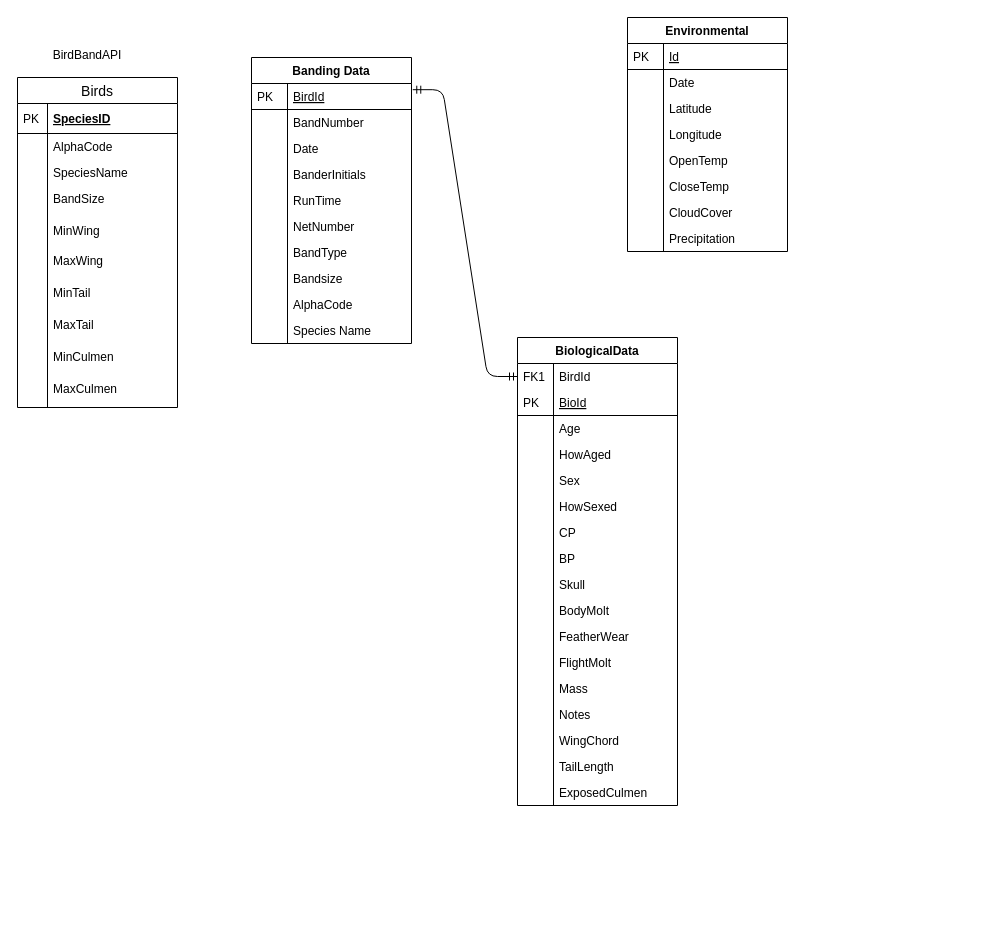
Earlier version of the draw.io diagram ERD.drawio (DMKiehl/BandTheBird). Source tidied: cells renumbered, new cells numbered last; positions are measured from the earlier drawing's top-left corner, leaving out a move shared by most shapes. Both pictures are drawn from the tidied source at 100%, with x=0, y=0 at pixel (17, 17).
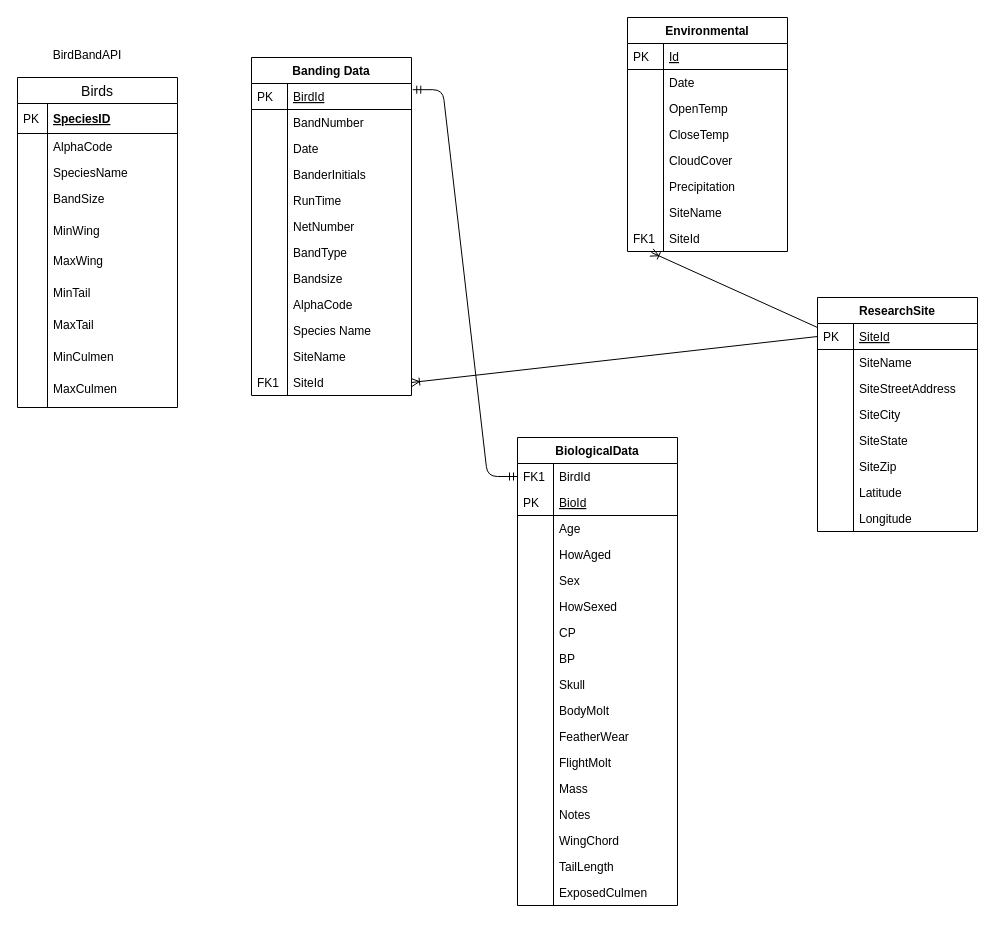
The same diagram, later.

Unchanged cells that the change refers to:
```xml
<mxCell id="45" value="Environmental" style="swimlane;fontStyle=1;horizontal=1;startSize=26;rounded=0;shadow=0;strokeWidth=1;" parent="1" vertex="1">
  <mxGeometry x="610" width="160" height="234" as="geometry" />
</mxCell>
```

The edit, as a diff of the source:
```diff
@@
     <mxCell id="24" value="Banding Data" style="swimlane;fontStyle=1;horizontal=1;startSize=26;rounded=0;shadow=0;strokeWidth=1;" parent="1" vertex="1">
-      <mxGeometry x="234" y="40" width="160" height="286" as="geometry" />
+      <mxGeometry x="234" y="40" width="160" height="338" as="geometry" />
     </mxCell>
@@
+    <mxCell id="98" value="SiteName" style="shape=partialRectangle;top=0;left=0;right=0;bottom=0;align=left;verticalAlign=top;fillColor=none;spacingLeft=40;spacingRight=4;overflow=hidden;rounded=0;shadow=0;strokeWidth=1;" parent="24" vertex="1">
+      <mxGeometry y="286" width="160" height="26" as="geometry" />
+    </mxCell>
+    <mxCell id="99" style="shape=partialRectangle;top=0;left=0;bottom=0;fillColor=none;align=left;verticalAlign=top;spacingLeft=4;spacingRight=4;overflow=hidden;" parent="98" vertex="1">
+      <mxGeometry width="36" height="26" as="geometry" />
+    </mxCell>
+    <mxCell id="100" value="SiteId" style="shape=partialRectangle;top=0;left=0;right=0;bottom=0;align=left;verticalAlign=top;fillColor=none;spacingLeft=40;spacingRight=4;overflow=hidden;points=[[0,0.5],[1,0.5]];portConstraint=eastwest;rounded=0;shadow=0;strokeWidth=1;" parent="24" vertex="1">
+      <mxGeometry y="312" width="160" height="26" as="geometry" />
+    </mxCell>
+    <mxCell id="101" value="FK1" style="shape=partialRectangle;top=0;left=0;bottom=0;fillColor=none;align=left;verticalAlign=top;spacingLeft=4;spacingRight=4;overflow=hidden;" parent="100" vertex="1">
+      <mxGeometry width="36" height="26" as="geometry" />
+    </mxCell>
@@
-    <mxCell id="50" value="Latitude" style="shape=partialRectangle;top=0;left=0;right=0;bottom=0;align=left;verticalAlign=top;fillColor=none;spacingLeft=40;spacingRight=4;overflow=hidden;rounded=0;shadow=0;strokeWidth=1;" parent="45" vertex="1">
-      <mxGeometry y="78" width="160" height="26" as="geometry" />
-    </mxCell>
-    <mxCell id="51" style="shape=partialRectangle;top=0;left=0;bottom=0;fillColor=none;align=left;verticalAlign=top;spacingLeft=4;spacingRight=4;overflow=hidden;" parent="50" vertex="1">
-      <mxGeometry width="36" height="26" as="geometry" />
-    </mxCell>
-    <mxCell id="52" value="Longitude" style="shape=partialRectangle;top=0;left=0;right=0;bottom=0;align=left;verticalAlign=top;fillColor=none;spacingLeft=40;spacingRight=4;overflow=hidden;rounded=0;shadow=0;strokeWidth=1;" parent="45" vertex="1">
-      <mxGeometry y="104" width="160" height="26" as="geometry" />
-    </mxCell>
-    <mxCell id="53" style="shape=partialRectangle;top=0;left=0;bottom=0;fillColor=none;align=left;verticalAlign=top;spacingLeft=4;spacingRight=4;overflow=hidden;" parent="52" vertex="1">
-      <mxGeometry width="36" height="26" as="geometry" />
-    </mxCell>
     <mxCell id="54" value="OpenTemp" style="shape=partialRectangle;top=0;left=0;right=0;bottom=0;align=left;verticalAlign=top;fillColor=none;spacingLeft=40;spacingRight=4;overflow=hidden;rounded=0;shadow=0;strokeWidth=1;" parent="45" vertex="1">
-      <mxGeometry y="130" width="160" height="26" as="geometry" />
+      <mxGeometry y="78" width="160" height="26" as="geometry" />
     </mxCell>
@@
     <mxCell id="56" value="CloseTemp" style="shape=partialRectangle;top=0;left=0;right=0;bottom=0;align=left;verticalAlign=top;fillColor=none;spacingLeft=40;spacingRight=4;overflow=hidden;rounded=0;shadow=0;strokeWidth=1;" parent="45" vertex="1">
-      <mxGeometry y="156" width="160" height="26" as="geometry" />
+      <mxGeometry y="104" width="160" height="26" as="geometry" />
     </mxCell>
@@
     <mxCell id="58" value="CloudCover" style="shape=partialRectangle;top=0;left=0;right=0;bottom=0;align=left;verticalAlign=top;fillColor=none;spacingLeft=40;spacingRight=4;overflow=hidden;rounded=0;shadow=0;strokeWidth=1;" parent="45" vertex="1">
-      <mxGeometry y="182" width="160" height="26" as="geometry" />
+      <mxGeometry y="130" width="160" height="26" as="geometry" />
     </mxCell>
@@
     <mxCell id="60" value="Precipitation" style="shape=partialRectangle;top=0;left=0;right=0;bottom=0;align=left;verticalAlign=top;fillColor=none;spacingLeft=40;spacingRight=4;overflow=hidden;rounded=0;shadow=0;strokeWidth=1;" parent="45" vertex="1">
-      <mxGeometry y="208" width="160" height="26" as="geometry" />
+      <mxGeometry y="156" width="160" height="26" as="geometry" />
     </mxCell>
@@
+    <mxCell id="102" value="SiteName" style="shape=partialRectangle;top=0;left=0;right=0;bottom=0;align=left;verticalAlign=top;fillColor=none;spacingLeft=40;spacingRight=4;overflow=hidden;rounded=0;shadow=0;strokeWidth=1;" parent="45" vertex="1">
+      <mxGeometry y="182" width="160" height="26" as="geometry" />
+    </mxCell>
+    <mxCell id="103" style="shape=partialRectangle;top=0;left=0;bottom=0;fillColor=none;align=left;verticalAlign=top;spacingLeft=4;spacingRight=4;overflow=hidden;" parent="102" vertex="1">
+      <mxGeometry width="36" height="26" as="geometry" />
+    </mxCell>
+    <mxCell id="104" value="SiteId" style="shape=partialRectangle;top=0;left=0;right=0;bottom=0;align=left;verticalAlign=top;fillColor=none;spacingLeft=40;spacingRight=4;overflow=hidden;points=[[0,0.5],[1,0.5]];portConstraint=eastwest;rounded=0;shadow=0;strokeWidth=1;" parent="45" vertex="1">
+      <mxGeometry y="208" width="160" height="26" as="geometry" />
+    </mxCell>
+    <mxCell id="105" value="FK1" style="shape=partialRectangle;top=0;left=0;bottom=0;fillColor=none;align=left;verticalAlign=top;spacingLeft=4;spacingRight=4;overflow=hidden;" parent="104" vertex="1">
+      <mxGeometry width="36" height="26" as="geometry" />
+    </mxCell>
@@
+    <mxCell id="106" value="ResearchSite" style="swimlane;fontStyle=1;horizontal=1;startSize=26;rounded=0;shadow=0;strokeWidth=1;" parent="1" vertex="1">
+      <mxGeometry x="800" y="280" width="160" height="234" as="geometry" />
+    </mxCell>
+    <mxCell id="107" value="SiteId" style="shape=partialRectangle;top=0;left=0;right=0;bottom=1;align=left;verticalAlign=top;fillColor=none;spacingLeft=40;spacingRight=4;overflow=hidden;points=[[0,0.5],[1,0.5]];portConstraint=eastwest;rounded=0;shadow=0;strokeWidth=1;fontStyle=4;" parent="106" vertex="1">
+      <mxGeometry y="26" width="160" height="26" as="geometry" />
+    </mxCell>
+    <mxCell id="108" value="PK" style="shape=partialRectangle;top=0;left=0;bottom=0;fillColor=none;align=left;verticalAlign=top;spacingLeft=4;spacingRight=4;overflow=hidden;" parent="107" vertex="1">
+      <mxGeometry width="36" height="26" as="geometry" />
+    </mxCell>
+    <mxCell id="109" value="SiteName" style="shape=partialRectangle;top=0;left=0;right=0;bottom=0;align=left;verticalAlign=top;fillColor=none;spacingLeft=40;spacingRight=4;overflow=hidden;rounded=0;shadow=0;strokeWidth=1;" parent="106" vertex="1">
+      <mxGeometry y="52" width="160" height="26" as="geometry" />
+    </mxCell>
+    <mxCell id="110" style="shape=partialRectangle;top=0;left=0;bottom=0;fillColor=none;align=left;verticalAlign=top;spacingLeft=4;spacingRight=4;overflow=hidden;" parent="109" vertex="1">
+      <mxGeometry width="36" height="26" as="geometry" />
+    </mxCell>
+    <mxCell id="111" value="SiteStreetAddress" style="shape=partialRectangle;top=0;left=0;right=0;bottom=0;align=left;verticalAlign=top;fillColor=none;spacingLeft=40;spacingRight=4;overflow=hidden;rounded=0;shadow=0;strokeWidth=1;" parent="106" vertex="1">
+      <mxGeometry y="78" width="160" height="26" as="geometry" />
+    </mxCell>
+    <mxCell id="112" style="shape=partialRectangle;top=0;left=0;bottom=0;fillColor=none;align=left;verticalAlign=top;spacingLeft=4;spacingRight=4;overflow=hidden;" parent="111" vertex="1">
+      <mxGeometry width="36" height="26" as="geometry" />
+    </mxCell>
+    <mxCell id="113" value="SiteCity" style="shape=partialRectangle;top=0;left=0;right=0;bottom=0;align=left;verticalAlign=top;fillColor=none;spacingLeft=40;spacingRight=4;overflow=hidden;rounded=0;shadow=0;strokeWidth=1;" parent="106" vertex="1">
+      <mxGeometry y="104" width="160" height="26" as="geometry" />
+    </mxCell>
+    <mxCell id="114" style="shape=partialRectangle;top=0;left=0;bottom=0;fillColor=none;align=left;verticalAlign=top;spacingLeft=4;spacingRight=4;overflow=hidden;" parent="113" vertex="1">
+      <mxGeometry width="36" height="26" as="geometry" />
+    </mxCell>
+    <mxCell id="115" value="SiteState" style="shape=partialRectangle;top=0;left=0;right=0;bottom=0;align=left;verticalAlign=top;fillColor=none;spacingLeft=40;spacingRight=4;overflow=hidden;rounded=0;shadow=0;strokeWidth=1;" parent="106" vertex="1">
+      <mxGeometry y="130" width="160" height="26" as="geometry" />
+    </mxCell>
+    <mxCell id="116" style="shape=partialRectangle;top=0;left=0;bottom=0;fillColor=none;align=left;verticalAlign=top;spacingLeft=4;spacingRight=4;overflow=hidden;" parent="115" vertex="1">
+      <mxGeometry width="36" height="26" as="geometry" />
+    </mxCell>
+    <mxCell id="117" value="SiteZip" style="shape=partialRectangle;top=0;left=0;right=0;bottom=0;align=left;verticalAlign=top;fillColor=none;spacingLeft=40;spacingRight=4;overflow=hidden;rounded=0;shadow=0;strokeWidth=1;" parent="106" vertex="1">
+      <mxGeometry y="156" width="160" height="26" as="geometry" />
+    </mxCell>
+    <mxCell id="118" style="shape=partialRectangle;top=0;left=0;bottom=0;fillColor=none;align=left;verticalAlign=top;spacingLeft=4;spacingRight=4;overflow=hidden;" parent="117" vertex="1">
+      <mxGeometry width="36" height="26" as="geometry" />
+    </mxCell>
+    <mxCell id="50" value="Latitude" style="shape=partialRectangle;top=0;left=0;right=0;bottom=0;align=left;verticalAlign=top;fillColor=none;spacingLeft=40;spacingRight=4;overflow=hidden;rounded=0;shadow=0;strokeWidth=1;" parent="106" vertex="1">
+      <mxGeometry y="182" width="160" height="26" as="geometry" />
+    </mxCell>
+    <mxCell id="119" style="shape=partialRectangle;top=0;left=0;bottom=0;fillColor=none;align=left;verticalAlign=top;spacingLeft=4;spacingRight=4;overflow=hidden;" parent="50" vertex="1">
+      <mxGeometry width="36" height="26" as="geometry" />
+    </mxCell>
+    <mxCell id="52" value="Longitude" style="shape=partialRectangle;top=0;left=0;right=0;bottom=0;align=left;verticalAlign=top;fillColor=none;spacingLeft=40;spacingRight=4;overflow=hidden;rounded=0;shadow=0;strokeWidth=1;" parent="106" vertex="1">
+      <mxGeometry y="208" width="160" height="26" as="geometry" />
+    </mxCell>
+    <mxCell id="120" style="shape=partialRectangle;top=0;left=0;bottom=0;fillColor=none;align=left;verticalAlign=top;spacingLeft=4;spacingRight=4;overflow=hidden;" parent="52" vertex="1">
+      <mxGeometry width="36" height="26" as="geometry" />
+    </mxCell>
     <mxCell id="63" value="BiologicalData" style="swimlane;fontStyle=1;horizontal=1;startSize=26;rounded=0;shadow=0;strokeWidth=1;" parent="1" vertex="1">
-      <mxGeometry x="500" y="320" width="160" height="468" as="geometry" />
+      <mxGeometry x="500" y="420" width="160" height="468" as="geometry" />
     </mxCell>
@@
+    <mxCell id="121" style="fontSize=12;html=1;endArrow=ERoneToMany;entryX=1;entryY=0.5;entryDx=0;entryDy=0;exitX=0;exitY=0.5;exitDx=0;exitDy=0;" parent="1" edge="1" source="107" target="100">
+      <mxGeometry relative="1" as="geometry" />
+    </mxCell>
+    <mxCell id="122" style="fontSize=12;html=1;endArrow=ERoneToMany;entryX=0.15;entryY=1.038;entryDx=0;entryDy=0;entryPerimeter=0;" parent="1" edge="1" target="104">
+      <mxGeometry relative="1" as="geometry">
+        <mxPoint x="800" y="310" as="sourcePoint" />
+      </mxGeometry>
+    </mxCell>
```
